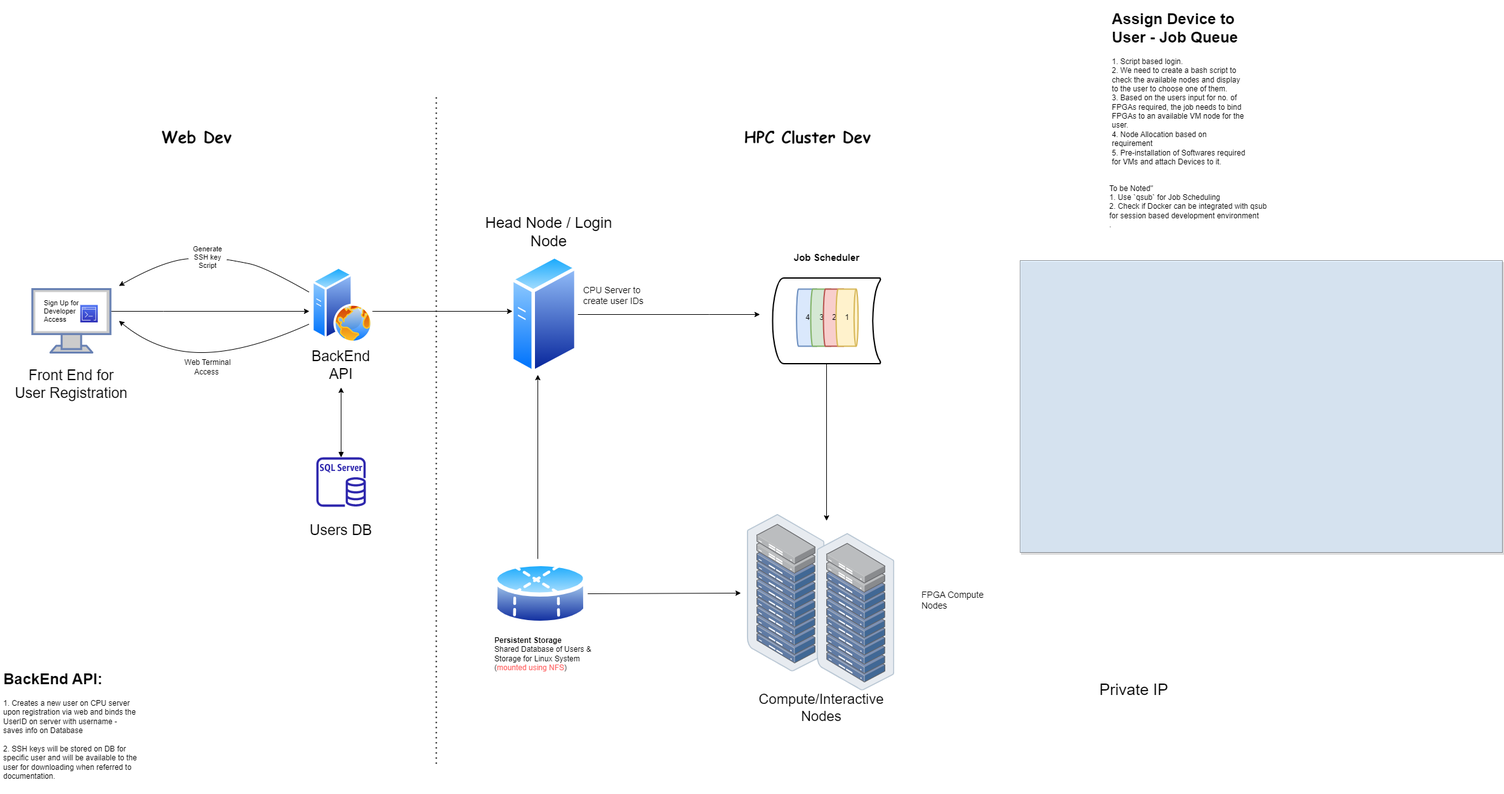
belanasaikiran/FlowCharts keeps this draw.io diagram as LightSpeed Developer Access for Cloud Deployment.drawio.png. Above is the earlier version. Source tidied: cells renumbered, new cells last; positions are measured from the earlier drawing's top-left corner, leaving out a move shared by most shapes.
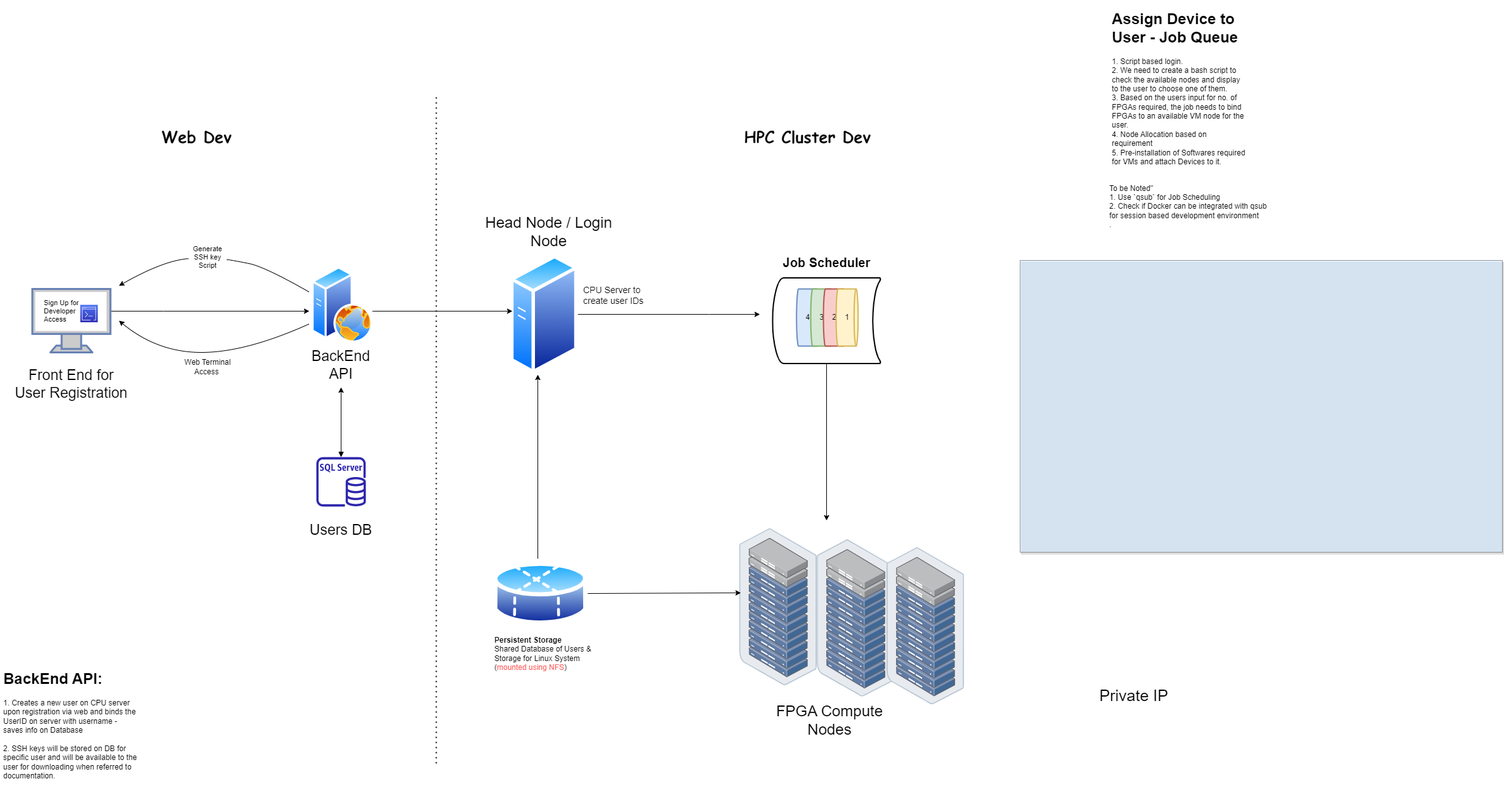
After the change.

The edit, as a diff of the source:
```diff
@@ -63,23 +63,23 @@
       <mxGeometry x="14" width="96" height="120" as="geometry" />
     </mxCell>
     <mxCell id="17" style="group;" parent="1" vertex="1">
-      <mxGeometry x="1177" y="800" width="726.6" height="440" as="geometry" />
+      <mxGeometry x="1177" y="810" width="726.6" height="440" as="geometry" />
     </mxCell>
     <mxCell id="18" style="html=1;align=center;shadow=0;dashed=0;image;image=img/lib/allied_telesis/storage/Datacenter_Server_Rack_ToR.svg;fontSize=11;" parent="17" vertex="1">
-      <mxGeometry width="122.2" height="247.7" as="geometry" />
+      <mxGeometry x="-12.1" y="12.3" width="122.2" height="247.7" as="geometry" />
     </mxCell>
     <mxCell id="19" style="html=1;align=center;shadow=0;dashed=0;image;image=img/lib/allied_telesis/storage/Datacenter_Server_Rack_ToR.svg;fontSize=11;" parent="17" vertex="1">
       <mxGeometry x="110.1" y="30" width="122.2" height="247.7" as="geometry" />
     </mxCell>
+    <mxCell id="21" value="&lt;font style=&quot;font-size: 25px;&quot;&gt;Private IP&lt;/font&gt;" style="text;html=1;align=center;verticalAlign=middle;whiteSpace=wrap;rounded=0;fontSize=14;" parent="17" vertex="1">
+      <mxGeometry x="553.2" y="260" width="113.4" height="30" as="geometry" />
+    </mxCell>
-    <mxCell id="20" value="FPGA Compute Nodes" style="text;html=1;strokeColor=none;fillColor=none;align=left;verticalAlign=middle;whiteSpace=wrap;rounded=0;fontSize=14;" parent="17" vertex="1">
-      <mxGeometry x="273.3" y="120" width="120" height="30" as="geometry" />
+    <mxCell id="20" value="FPGA Compute Nodes" style="text;html=1;strokeColor=none;fillColor=none;align=center;verticalAlign=middle;whiteSpace=wrap;rounded=0;fontSize=24;" parent="17" vertex="1">
+      <mxGeometry x="20" y="300" width="220" height="30" as="geometry" />
     </mxCell>
-    <mxCell id="21" value="&lt;font style=&quot;font-size: 25px;&quot;&gt;Private IP&lt;/font&gt;" style="text;html=1;align=center;verticalAlign=middle;whiteSpace=wrap;rounded=0;fontSize=14;" parent="17" vertex="1">
-      <mxGeometry x="553.2" y="260" width="113.4" height="30" as="geometry" />
-    </mxCell>
-    <mxCell id="22" value="&lt;font style=&quot;font-size: 22px;&quot;&gt;Compute/Interactive Nodes&lt;/font&gt;" style="text;html=1;strokeColor=none;fillColor=none;align=center;verticalAlign=middle;whiteSpace=wrap;rounded=0;fontSize=22;" parent="17" vertex="1">
-      <mxGeometry x="46.6" y="290" width="140" height="30" as="geometry" />
-    </mxCell>
+    <mxCell id="50" style="html=1;align=center;shadow=0;dashed=0;image;image=img/lib/allied_telesis/storage/Datacenter_Server_Rack_ToR.svg;fontSize=11;" parent="17" vertex="1">
+      <mxGeometry x="220" y="42.3" width="122.2" height="247.7" as="geometry" />
+    </mxCell>
     <mxCell id="23" style="curved=1;endArrow=classic;html=1;rounded=0;fontSize=11;fontColor=default;startArrow=none;" parent="1" edge="1" source="25">
       <mxGeometry relative="1" as="geometry">
         <mxPoint x="187" y="440" as="targetPoint" />
@@ -192,8 +192,8 @@
     <mxCell id="48" value="1" style="strokeWidth=2;html=1;shape=mxgraph.flowchart.direct_data;whiteSpace=wrap;rotation=0;fillColor=#fff2cc;strokeColor=#d6b656;" parent="1" vertex="1">
       <mxGeometry x="1317" y="445" width="34.7" height="90" as="geometry" />
     </mxCell>
-    <mxCell id="49" value="&lt;b style=&quot;font-size: 15px;&quot;&gt;Job Scheduler&lt;/b&gt;" style="text;html=1;strokeColor=none;fillColor=none;align=center;verticalAlign=middle;whiteSpace=wrap;rounded=0;fontSize=15;" parent="1" vertex="1">
-      <mxGeometry x="1230.5" y="370" width="143" height="50" as="geometry" />
+    <mxCell id="49" value="&lt;b style=&quot;font-size: 20px;&quot;&gt;Job Scheduler&lt;/b&gt;" style="text;html=1;strokeColor=none;fillColor=none;align=center;verticalAlign=middle;whiteSpace=wrap;rounded=0;fontSize=20;" parent="1" vertex="1">
+      <mxGeometry x="1230.5" y="377.5" width="143" height="50" as="geometry" />
     </mxCell>
   </root>
 </mxGraphModel>
```
